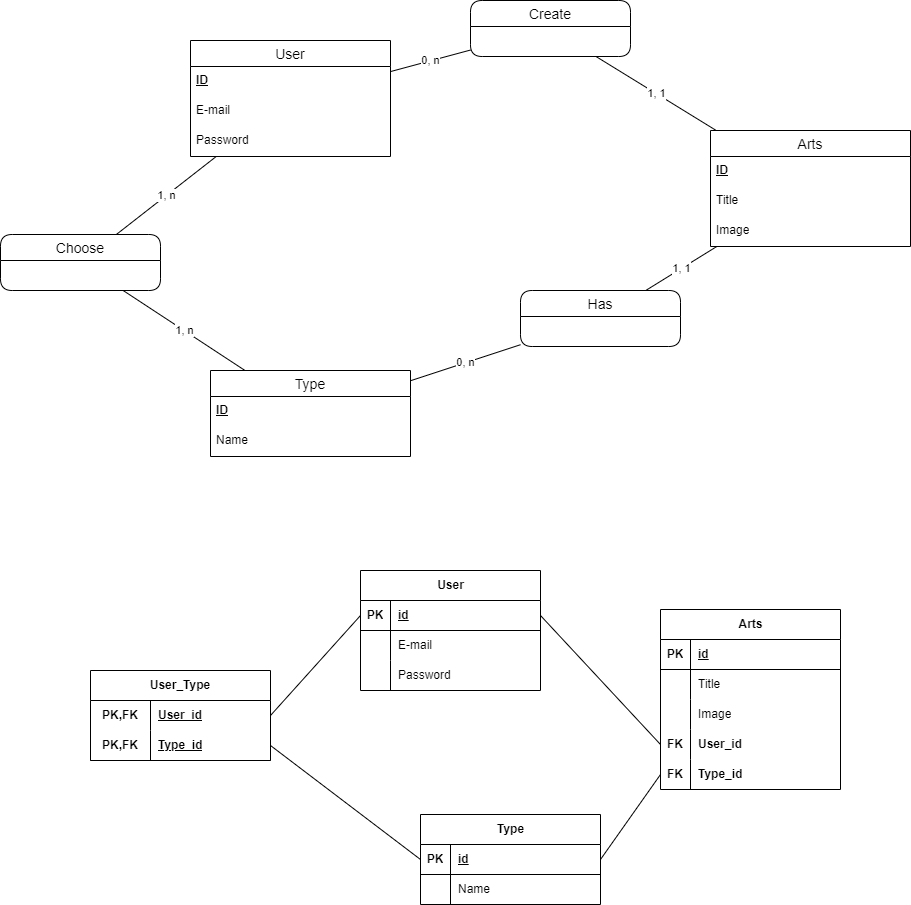
ThibaultFr94/Artsphere-AI keeps this draw.io diagram as doc/artsphere.drawio.png. Above is the earlier version. Source tidied: cells renumbered, new cells last; positions are measured from the earlier drawing's top-left corner, leaving out a move shared by most shapes.
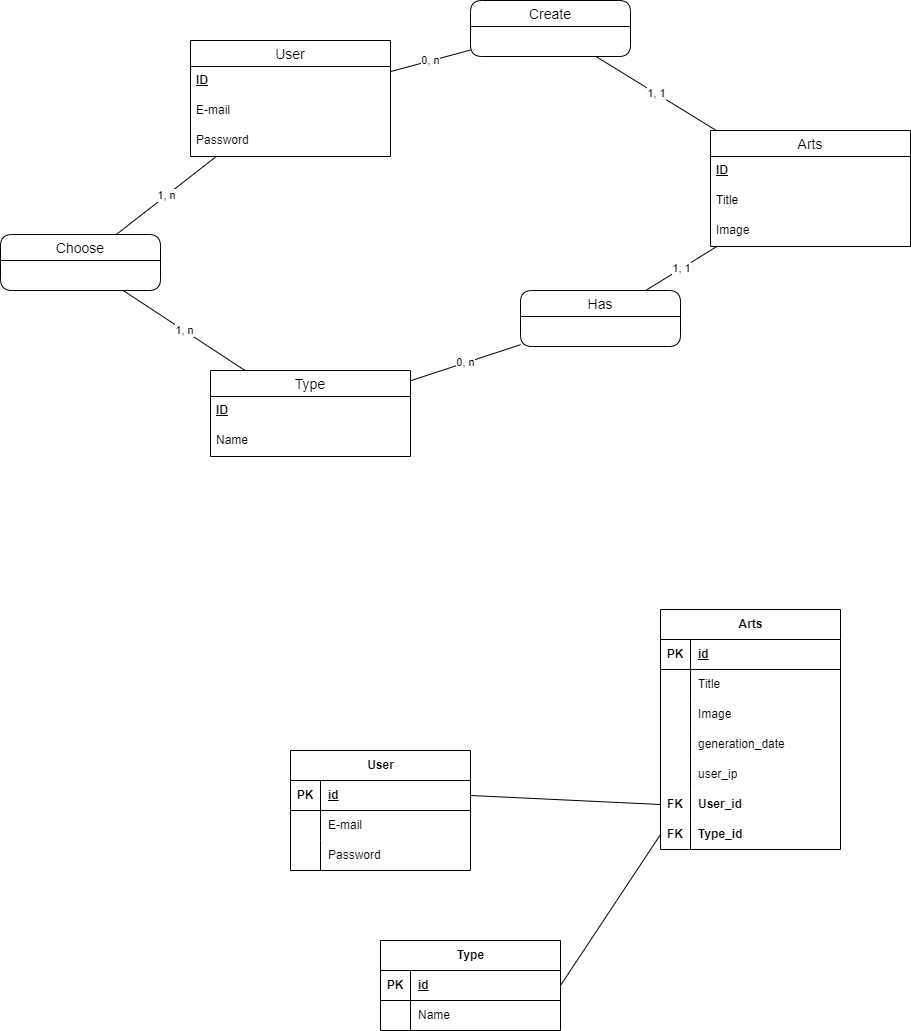
After the commit.

The edit, as a diff of the source:
```diff
@@ -63,7 +63,7 @@
       <mxGeometry relative="1" as="geometry" />
     </mxCell>
     <mxCell id="22" value="User" style="shape=table;startSize=30;rowLines=0;fontStyle=1;align=center;html=1;" parent="1" vertex="1">
-      <mxGeometry x="360" y="570" width="180" height="120" as="geometry" />
+      <mxGeometry x="290" y="750" width="180" height="120" as="geometry" />
     </mxCell>
     <mxCell id="23" style="shape=tableRow;horizontal=0;startSize=0;swimlaneHead=0;swimlaneBody=0;fillColor=none;points=[[0,0.5],[1,0.5]];portConstraint=eastwest;top=0;left=0;right=0;bottom=1;" parent="22" vertex="1">
       <mxGeometry y="30" width="180" height="30" as="geometry" />
@@ -93,7 +93,7 @@
       <mxGeometry x="30" width="150" height="30" as="geometry" />
     </mxCell>
     <mxCell id="32" value="Arts" style="shape=table;startSize=30;rowLines=0;fontStyle=1;align=center;html=1;" parent="1" vertex="1">
-      <mxGeometry x="660" y="609" width="180" height="180" as="geometry" />
+      <mxGeometry x="660" y="609" width="180" height="240" as="geometry" />
     </mxCell>
     <mxCell id="33" style="shape=tableRow;horizontal=0;startSize=0;swimlaneHead=0;swimlaneBody=0;fillColor=none;top=0;left=0;right=0;bottom=1;" parent="32" vertex="1">
       <mxGeometry y="30" width="180" height="30" as="geometry" />
@@ -122,8 +122,26 @@
     <mxCell id="41" value="Image" style="shape=partialRectangle;fillColor=none;top=0;left=0;bottom=0;right=0;align=left;spacingLeft=6;overflow=hidden;whiteSpace=wrap;html=1;" parent="39" vertex="1">
       <mxGeometry x="30" width="150" height="30" as="geometry" />
     </mxCell>
+    <mxCell id="66" style="shape=tableRow;horizontal=0;startSize=0;swimlaneHead=0;swimlaneBody=0;fillColor=none;top=0;left=0;right=0;bottom=0;" parent="32" vertex="1">
+      <mxGeometry y="120" width="180" height="30" as="geometry" />
+    </mxCell>
+    <mxCell id="67" style="shape=partialRectangle;fillColor=none;top=0;left=0;bottom=0;right=0;overflow=hidden;whiteSpace=wrap;html=1;" parent="66" vertex="1">
+      <mxGeometry width="30" height="30" as="geometry" />
+    </mxCell>
+    <mxCell id="68" value="generation_date" style="shape=partialRectangle;fillColor=none;top=0;left=0;bottom=0;right=0;align=left;spacingLeft=6;overflow=hidden;whiteSpace=wrap;html=1;" parent="66" vertex="1">
+      <mxGeometry x="30" width="150" height="30" as="geometry" />
+    </mxCell>
+    <mxCell id="69" style="shape=tableRow;horizontal=0;startSize=0;swimlaneHead=0;swimlaneBody=0;fillColor=none;top=0;left=0;right=0;bottom=0;" parent="32" vertex="1">
+      <mxGeometry y="150" width="180" height="30" as="geometry" />
+    </mxCell>
+    <mxCell id="70" style="shape=partialRectangle;fillColor=none;top=0;left=0;bottom=0;right=0;overflow=hidden;whiteSpace=wrap;html=1;" parent="69" vertex="1">
+      <mxGeometry width="30" height="30" as="geometry" />
+    </mxCell>
+    <mxCell id="71" value="user_ip" style="shape=partialRectangle;fillColor=none;top=0;left=0;bottom=0;right=0;align=left;spacingLeft=6;overflow=hidden;whiteSpace=wrap;html=1;" parent="69" vertex="1">
+      <mxGeometry x="30" width="150" height="30" as="geometry" />
+    </mxCell>
     <mxCell id="42" style="shape=tableRow;horizontal=0;startSize=0;swimlaneHead=0;swimlaneBody=0;fillColor=none;points=[[0,0.5],[1,0.5]];portConstraint=eastwest;top=0;left=0;right=0;bottom=0;fontStyle=1;" parent="32" vertex="1">
-      <mxGeometry y="120" width="180" height="30" as="geometry" />
+      <mxGeometry y="180" width="180" height="30" as="geometry" />
     </mxCell>
     <mxCell id="43" value="FK" style="shape=partialRectangle;fillColor=none;top=0;left=0;bottom=0;right=0;overflow=hidden;whiteSpace=wrap;html=1;fontStyle=1;" parent="42" vertex="1">
       <mxGeometry width="30" height="30" as="geometry" />
@@ -132,7 +150,7 @@
       <mxGeometry x="30" width="150" height="30" as="geometry" />
     </mxCell>
     <mxCell id="45" style="shape=tableRow;horizontal=0;startSize=0;swimlaneHead=0;swimlaneBody=0;fillColor=none;points=[[0,0.5],[1,0.5]];portConstraint=eastwest;top=0;left=0;right=0;bottom=0;fontStyle=1;" parent="32" vertex="1">
-      <mxGeometry y="150" width="180" height="30" as="geometry" />
+      <mxGeometry y="210" width="180" height="30" as="geometry" />
     </mxCell>
     <mxCell id="46" value="FK" style="shape=partialRectangle;fillColor=none;top=0;left=0;bottom=0;right=0;overflow=hidden;whiteSpace=wrap;html=1;fontStyle=1;" parent="45" vertex="1">
       <mxGeometry width="30" height="30" as="geometry" />
@@ -141,7 +159,7 @@
       <mxGeometry x="30" width="150" height="30" as="geometry" />
     </mxCell>
     <mxCell id="48" value="Type" style="shape=table;startSize=30;rowLines=0;fontStyle=1;align=center;html=1;" parent="1" vertex="1">
-      <mxGeometry x="420" y="814" width="180" height="90" as="geometry" />
+      <mxGeometry x="380" y="940" width="180" height="90" as="geometry" />
     </mxCell>
     <mxCell id="49" style="shape=tableRow;horizontal=0;startSize=0;swimlaneHead=0;swimlaneBody=0;fillColor=none;points=[[0,0.5],[1,0.5]];portConstraint=eastwest;top=0;left=0;right=0;bottom=1;" parent="48" vertex="1">
       <mxGeometry y="30" width="180" height="30" as="geometry" />
@@ -167,32 +185,5 @@
     <mxCell id="56" style="endArrow=none;html=1;rounded=0;entryX=0;entryY=0.5;entryDx=0;entryDy=0;exitX=1;exitY=0.5;exitDx=0;exitDy=0;" parent="1" edge="1" source="23" target="42">
       <mxGeometry relative="1" as="geometry" />
     </mxCell>
-    <mxCell id="57" value="User_Type" style="shape=table;startSize=30;rowLines=0;fontStyle=1;align=center;html=1;whiteSpace=wrap;" parent="1" vertex="1">
-      <mxGeometry x="90" y="670" width="180" height="90" as="geometry" />
-    </mxCell>
-    <mxCell id="58" style="shape=tableRow;horizontal=0;startSize=0;swimlaneHead=0;swimlaneBody=0;fillColor=none;points=[[0,0.5],[1,0.5]];portConstraint=eastwest;top=0;left=0;right=0;bottom=0;html=1;" parent="57" vertex="1">
-      <mxGeometry y="30" width="180" height="30" as="geometry" />
-    </mxCell>
-    <mxCell id="59" value="PK,FK" style="shape=partialRectangle;fillColor=none;top=0;left=0;bottom=0;right=0;fontStyle=1;overflow=hidden;html=1;whiteSpace=wrap;" parent="58" vertex="1">
-      <mxGeometry width="60" height="30" as="geometry" />
-    </mxCell>
-    <mxCell id="60" value="User_id" style="shape=partialRectangle;fillColor=none;top=0;left=0;bottom=0;right=0;align=left;spacingLeft=6;fontStyle=5;overflow=hidden;html=1;whiteSpace=wrap;" parent="58" vertex="1">
-      <mxGeometry x="60" width="120" height="30" as="geometry" />
-    </mxCell>
-    <mxCell id="61" style="shape=tableRow;horizontal=0;startSize=0;swimlaneHead=0;swimlaneBody=0;fillColor=none;points=[[0,0.5],[1,0.5]];portConstraint=eastwest;top=0;left=0;right=0;bottom=1;html=1;" parent="57" vertex="1">
-      <mxGeometry y="60" width="180" height="30" as="geometry" />
-    </mxCell>
-    <mxCell id="62" value="PK,FK" style="shape=partialRectangle;fillColor=none;top=0;left=0;bottom=0;right=0;fontStyle=1;overflow=hidden;html=1;whiteSpace=wrap;" parent="61" vertex="1">
-      <mxGeometry width="60" height="30" as="geometry" />
-    </mxCell>
-    <mxCell id="63" value="Type_id" style="shape=partialRectangle;fillColor=none;top=0;left=0;bottom=0;right=0;align=left;spacingLeft=6;fontStyle=5;overflow=hidden;html=1;whiteSpace=wrap;" parent="61" vertex="1">
-      <mxGeometry x="60" width="120" height="30" as="geometry" />
-    </mxCell>
-    <mxCell id="64" style="endArrow=none;html=1;rounded=0;exitX=1;exitY=0.5;exitDx=0;exitDy=0;entryX=0;entryY=0.5;entryDx=0;entryDy=0;" parent="1" edge="1" source="58" target="23">
-      <mxGeometry relative="1" as="geometry" />
-    </mxCell>
-    <mxCell id="65" style="endArrow=none;html=1;rounded=0;entryX=0;entryY=0.5;entryDx=0;entryDy=0;exitX=1;exitY=0.5;exitDx=0;exitDy=0;" parent="1" edge="1" source="61" target="49">
-      <mxGeometry relative="1" as="geometry" />
-    </mxCell>
   </root>
 </mxGraphModel>
```
